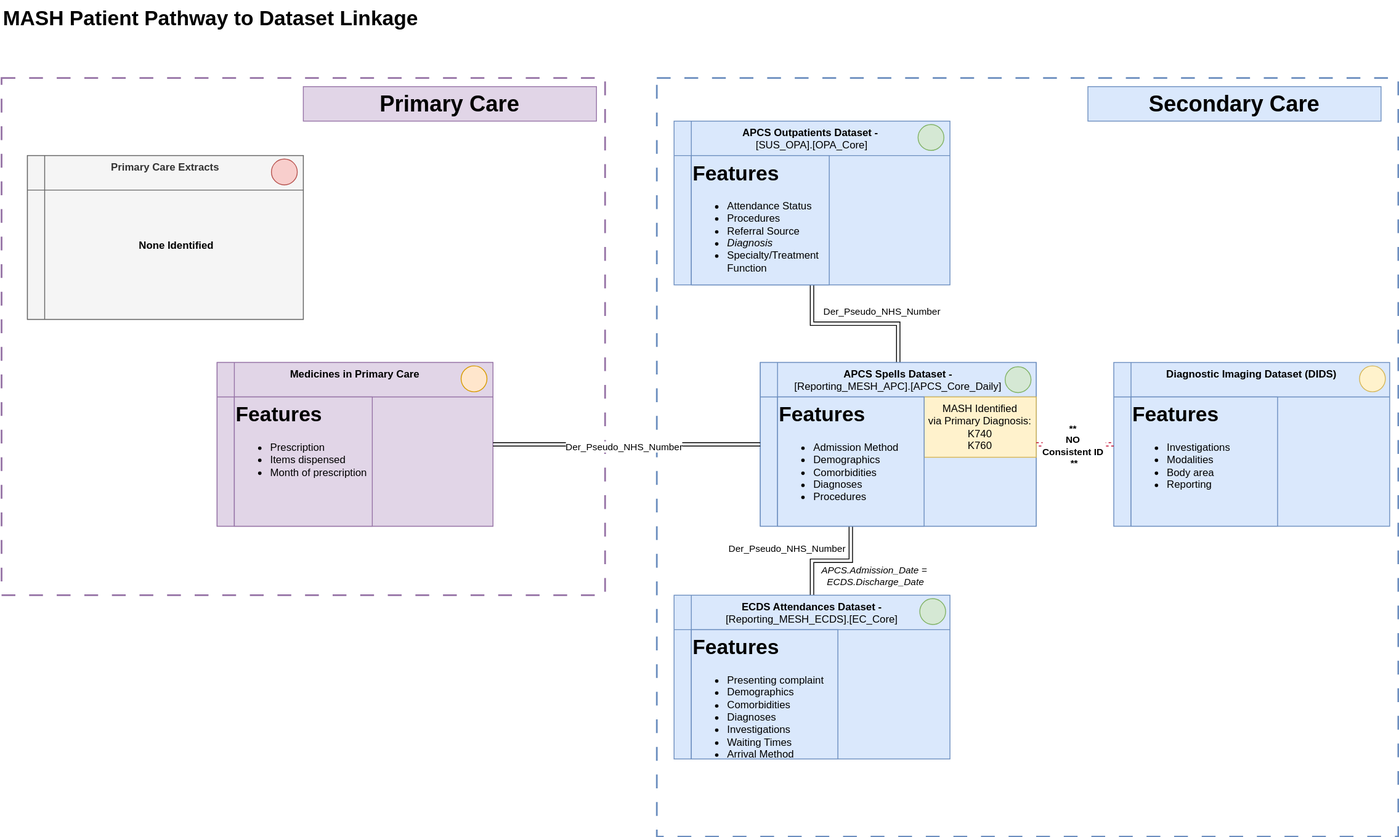
NHS-Transformation-Unit/HSDS_MASH keeps this draw.io diagram as images/dataset_pathway_linkage.drawio.svg. Above is the earlier version. Source tidied: cells renumbered, new cells last; positions are measured from the earlier drawing's top-left corner, leaving out a move shared by most shapes.
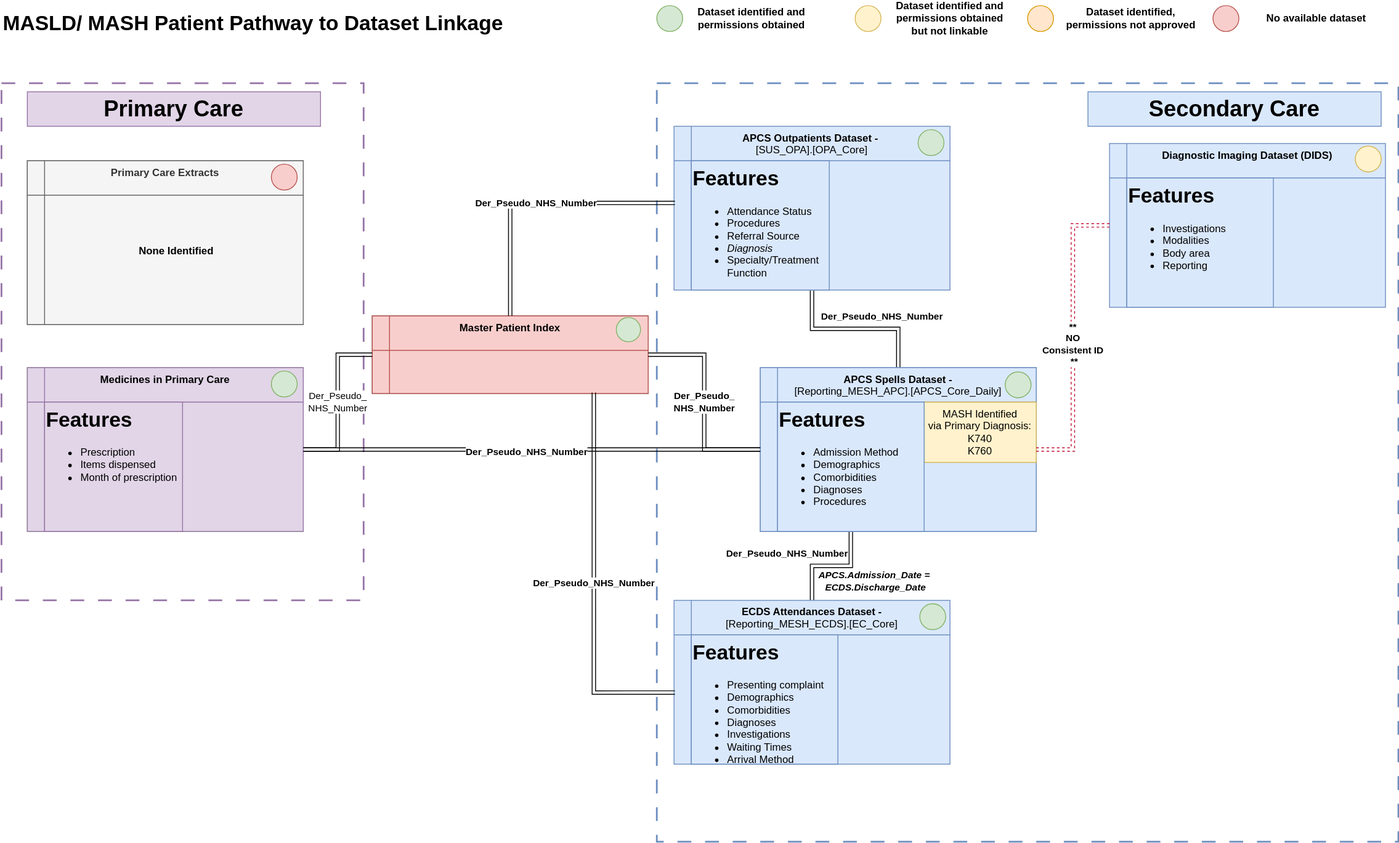
The same file after the commit.

Change to the diagram source:
```diff
@@ -3,7 +3,7 @@
     <mxCell id="0" />
     <mxCell id="1" parent="0" />
     <mxCell id="2" style="rounded=0;whiteSpace=wrap;html=1;fillColor=none;strokeColor=#9673a6;strokeWidth=2;dashed=1;dashPattern=8 8;" parent="1" vertex="1">
-      <mxGeometry y="90" width="700" height="600" as="geometry" />
+      <mxGeometry y="90" width="420" height="600" as="geometry" />
     </mxCell>
     <mxCell id="3" style="rounded=0;whiteSpace=wrap;html=1;fillColor=none;strokeColor=#6c8ebf;dashed=1;dashPattern=8 8;strokeWidth=2;perimeterSpacing=0;" parent="1" vertex="1">
       <mxGeometry x="760" y="90" width="860" height="880" as="geometry" />
@@ -11,7 +11,7 @@
     <mxCell id="4" style="edgeStyle=orthogonalEdgeStyle;rounded=0;jettySize=auto;html=1;entryX=0.5;entryY=1;entryDx=0;entryDy=0;shape=link;" parent="1" edge="1" source="23" target="18">
       <mxGeometry relative="1" as="geometry" />
     </mxCell>
-    <mxCell id="5" value="Der_Pseudo_NHS_Number" style="edgeLabel;html=1;align=center;verticalAlign=middle;" parent="4" vertex="1">
+    <mxCell id="5" value="Der_Pseudo_NHS_Number" style="edgeLabel;html=1;align=center;verticalAlign=middle;fontStyle=1;" parent="4" vertex="1">
       <mxGeometry x="0.29" y="-1" relative="1" as="geometry">
         <mxPoint x="58" y="-14" as="offset" />
       </mxGeometry>
@@ -19,18 +19,18 @@
     <mxCell id="6" style="edgeStyle=orthogonalEdgeStyle;rounded=0;jettySize=auto;html=1;entryX=0.5;entryY=0;entryDx=0;entryDy=0;shape=link;" parent="1" edge="1" source="25" target="11">
       <mxGeometry relative="1" as="geometry" />
     </mxCell>
-    <mxCell id="7" value="Der_Pseudo_NHS_Number" style="edgeLabel;html=1;align=center;verticalAlign=middle;" parent="6" vertex="1">
+    <mxCell id="7" value="Der_Pseudo_NHS_Number" style="edgeLabel;html=1;align=center;verticalAlign=middle;fontStyle=1;" parent="6" vertex="1">
       <mxGeometry x="0.39" y="1" relative="1" as="geometry">
         <mxPoint x="-31" y="-17" as="offset" />
       </mxGeometry>
     </mxCell>
-    <mxCell id="8" value="APCS.Admission_Date =&lt;div&gt;&amp;nbsp;ECDS.Discharge_Date&lt;/div&gt;" style="edgeLabel;html=1;align=center;verticalAlign=middle;fontStyle=2;" parent="1" vertex="1">
+    <mxCell id="8" value="APCS.Admission_Date =&lt;div&gt;&amp;nbsp;ECDS.Discharge_Date&lt;/div&gt;" style="edgeLabel;html=1;align=center;verticalAlign=middle;fontStyle=3;" parent="1" vertex="1">
       <mxGeometry x="1010" y="670" as="geometry">
         <mxPoint x="1" y="-3" as="offset" />
       </mxGeometry>
     </mxCell>
     <mxCell id="9" value="&lt;b&gt;Diagnostic Imaging Dataset (DIDS)&lt;/b&gt;" style="shape=internalStorage;whiteSpace=wrap;html=1;backgroundOutline=1;verticalAlign=top;dx=20;dy=40;fillColor=#dae8fc;strokeColor=#6c8ebf;" parent="1" vertex="1">
-      <mxGeometry x="1290" y="420" width="320" height="190" as="geometry" />
+      <mxGeometry x="1285" y="160" width="320" height="190" as="geometry" />
     </mxCell>
     <mxCell id="10" style="group;" parent="1" vertex="1">
       <mxGeometry x="780" y="690" width="320" height="190" as="geometry" />
@@ -45,13 +45,13 @@
       <mxGeometry x="285" y="4" width="30" height="30" as="geometry" />
     </mxCell>
     <mxCell id="14" value="&lt;h1 style=&quot;margin-top: 0px;&quot;&gt;Features&lt;/h1&gt;&lt;ul&gt;&lt;li&gt;Investigations&lt;/li&gt;&lt;li&gt;Modalities&lt;/li&gt;&lt;li&gt;Body area&lt;/li&gt;&lt;li&gt;Reporting&lt;/li&gt;&lt;/ul&gt;" style="text;html=1;whiteSpace=wrap;overflow=hidden;rounded=0;fillColor=#dae8fc;strokeColor=#6c8ebf;" parent="1" vertex="1">
-      <mxGeometry x="1310" y="460" width="170" height="150" as="geometry" />
+      <mxGeometry x="1305" y="200" width="170" height="150" as="geometry" />
     </mxCell>
     <mxCell id="15" value="Secondary Care" style="text;html=1;align=center;verticalAlign=middle;whiteSpace=wrap;rounded=0;fontSize=26;fillColor=#dae8fc;strokeColor=#6c8ebf;fontStyle=1;" parent="1" vertex="1">
       <mxGeometry x="1260" y="100" width="340" height="40" as="geometry" />
     </mxCell>
-    <mxCell id="16" value="&lt;h1 style=&quot;margin-top: 0px;&quot;&gt;MASH Patient Pathway to Dataset Linkage&lt;/h1&gt;" style="text;html=1;whiteSpace=wrap;overflow=hidden;rounded=0;" parent="1" vertex="1">
-      <mxGeometry width="550" height="40" as="geometry" />
+    <mxCell id="16" value="&lt;h1 style=&quot;margin-top: 0px;&quot;&gt;MASLD/ MASH Patient Pathway to Dataset Linkage&lt;/h1&gt;" style="text;html=1;whiteSpace=wrap;overflow=hidden;rounded=0;" parent="1" vertex="1">
+      <mxGeometry width="680" height="40" as="geometry" />
     </mxCell>
     <mxCell id="17" style="group;" parent="1" vertex="1">
       <mxGeometry x="780" y="140" width="320" height="190" as="geometry" />
@@ -65,7 +65,7 @@
     <mxCell id="20" style="ellipse;whiteSpace=wrap;html=1;fillColor=#d5e8d4;strokeColor=#82b366;" parent="17" vertex="1">
       <mxGeometry x="283" y="4" width="30" height="30" as="geometry" />
     </mxCell>
-    <mxCell id="21" style="group;" parent="1" vertex="1">
+    <mxCell id="21" style="group;fontStyle=1;" parent="1" vertex="1">
       <mxGeometry x="880" y="420" width="320" height="190" as="geometry" />
     </mxCell>
     <mxCell id="22" style="group;fillColor=#dae8fc;strokeColor=#6c8ebf;" parent="21" vertex="1">
@@ -84,7 +84,7 @@
       <mxGeometry x="284" y="5" width="30" height="30" as="geometry" />
     </mxCell>
     <mxCell id="27" style="ellipse;whiteSpace=wrap;html=1;fillColor=#fff2cc;strokeColor=#d6b656;" parent="1" vertex="1">
-      <mxGeometry x="1575" y="424" width="30" height="30" as="geometry" />
+      <mxGeometry x="1570" y="163" width="30" height="30" as="geometry" />
     </mxCell>
     <mxCell id="28" style="group;fillColor=#f5f5f5;fontColor=#333333;strokeColor=#666666;" parent="1" vertex="1">
       <mxGeometry x="30" y="180" width="320" height="190" as="geometry" />
@@ -98,13 +98,13 @@
     <mxCell id="31" value="None Identified" style="text;html=1;align=center;verticalAlign=middle;whiteSpace=wrap;rounded=0;fontStyle=1;" parent="28" vertex="1">
       <mxGeometry x="63" y="90" width="220" height="30" as="geometry" />
     </mxCell>
-    <mxCell id="32" style="group;fillColor=#e1d5e7;strokeColor=#9673a6;" parent="1" vertex="1">
-      <mxGeometry x="250" y="420" width="320" height="190" as="geometry" />
+    <mxCell id="32" style="group;fillColor=#d5e8d4;strokeColor=#82b366;" parent="1" vertex="1">
+      <mxGeometry x="30" y="420" width="320" height="190" as="geometry" />
     </mxCell>
     <mxCell id="33" value="&lt;b&gt;Medicines in Primary Care&lt;/b&gt;" style="shape=internalStorage;whiteSpace=wrap;html=1;backgroundOutline=1;verticalAlign=top;dx=20;dy=40;fillColor=#e1d5e7;strokeColor=#9673a6;" parent="32" vertex="1">
       <mxGeometry width="320" height="190" as="geometry" />
     </mxCell>
-    <mxCell id="34" style="ellipse;whiteSpace=wrap;html=1;fillColor=#ffe6cc;strokeColor=#d79b00;" parent="32" vertex="1">
+    <mxCell id="34" style="ellipse;whiteSpace=wrap;html=1;fillColor=#d5e8d4;strokeColor=#82b366;" parent="32" vertex="1">
       <mxGeometry x="283" y="4" width="30" height="30" as="geometry" />
     </mxCell>
     <mxCell id="35" value="&lt;h1 style=&quot;margin-top: 0px;&quot;&gt;Features&lt;/h1&gt;&lt;ul&gt;&lt;li&gt;Prescription&lt;/li&gt;&lt;li&gt;Items dispensed&lt;/li&gt;&lt;li&gt;Month of prescription&lt;/li&gt;&lt;/ul&gt;" style="text;html=1;whiteSpace=wrap;overflow=hidden;rounded=0;fillColor=#e1d5e7;strokeColor=#9673a6;" parent="32" vertex="1">
@@ -113,11 +113,11 @@
     <mxCell id="36" style="edgeStyle=orthogonalEdgeStyle;rounded=0;jettySize=auto;html=1;entryX=0;entryY=0.5;entryDx=0;entryDy=0;shape=link;" parent="1" edge="1" source="33" target="23">
       <mxGeometry relative="1" as="geometry" />
     </mxCell>
-    <mxCell id="37" value="Der_Pseudo_NHS_Number" style="edgeLabel;html=1;align=center;verticalAlign=middle;" parent="36" vertex="1">
+    <mxCell id="37" value="Der_Pseudo_NHS_Number" style="edgeLabel;html=1;align=center;verticalAlign=middle;fontStyle=1;" parent="36" vertex="1">
       <mxGeometry x="-0.03" y="-2" relative="1" as="geometry" />
     </mxCell>
     <mxCell id="38" value="Primary Care" style="text;html=1;align=center;verticalAlign=middle;whiteSpace=wrap;rounded=0;fontSize=26;fillColor=#e1d5e7;strokeColor=#9673a6;fontStyle=1;" parent="1" vertex="1">
-      <mxGeometry x="350" y="100" width="340" height="40" as="geometry" />
+      <mxGeometry x="30" y="100" width="340" height="40" as="geometry" />
     </mxCell>
     <mxCell id="39" style="edgeStyle=orthogonalEdgeStyle;rounded=0;jettySize=auto;html=1;entryX=0;entryY=0.5;entryDx=0;entryDy=0;shape=link;dashed=1;strokeColor=#c11033;" parent="1" edge="1" source="23" target="9">
       <mxGeometry relative="1" as="geometry" />
@@ -125,5 +125,50 @@
     <mxCell id="40" value="&lt;b&gt;**&amp;nbsp;&lt;/b&gt;&lt;div&gt;&lt;b&gt;NO&amp;nbsp;&lt;/b&gt;&lt;div&gt;&lt;b&gt;Consistent ID&amp;nbsp;&lt;/b&gt;&lt;/div&gt;&lt;div&gt;&lt;b&gt;**&lt;/b&gt;&lt;/div&gt;&lt;/div&gt;" style="edgeLabel;html=1;align=center;verticalAlign=middle;" parent="39" vertex="1">
       <mxGeometry x="-0.04" y="-1" relative="1" as="geometry" />
     </mxCell>
+    <mxCell id="41" style="group;fillColor=#f5f5f5;fontColor=#333333;strokeColor=#666666;" parent="1" vertex="1">
+      <mxGeometry x="430" y="360" width="320" height="90" as="geometry" />
+    </mxCell>
+    <mxCell id="42" value="&lt;b&gt;Master Patient Index&lt;/b&gt;" style="shape=internalStorage;whiteSpace=wrap;html=1;backgroundOutline=1;verticalAlign=top;dx=20;dy=40;fillColor=#f8cecc;strokeColor=#b85450;" parent="41" vertex="1">
+      <mxGeometry width="320" height="90" as="geometry" />
+    </mxCell>
+    <mxCell id="43" style="ellipse;whiteSpace=wrap;html=1;fillColor=#d5e8d4;strokeColor=#82b366;" parent="41" vertex="1">
+      <mxGeometry x="283" y="1.9" width="28.1" height="28.1" as="geometry" />
+    </mxCell>
+    <mxCell id="44" value="Der_Pseudo_&lt;div&gt;NHS_Number&lt;/div&gt;" style="edgeStyle=orthogonalEdgeStyle;rounded=0;jettySize=auto;html=1;entryX=0;entryY=0.5;entryDx=0;entryDy=0;shape=link;fontStyle=1;" parent="1" edge="1" source="42" target="23">
+      <mxGeometry relative="1" as="geometry" />
+    </mxCell>
+    <mxCell id="45" value="Der_Pseudo_&lt;div&gt;NHS_Number&lt;/div&gt;" style="edgeStyle=orthogonalEdgeStyle;rounded=0;jettySize=auto;html=1;entryX=1;entryY=0.5;entryDx=0;entryDy=0;shape=link;" parent="1" edge="1" source="42" target="33">
+      <mxGeometry relative="1" as="geometry" />
+    </mxCell>
+    <mxCell id="46" value="Der_Pseudo_NHS_Number" style="edgeStyle=orthogonalEdgeStyle;rounded=0;jettySize=auto;html=1;entryX=0.003;entryY=0.468;entryDx=0;entryDy=0;entryPerimeter=0;exitX=0.5;exitY=0;exitDx=0;exitDy=0;shape=link;fontStyle=1;" parent="1" edge="1" source="42" target="18">
+      <mxGeometry relative="1" as="geometry" />
+    </mxCell>
+    <mxCell id="47" value="Der_Pseudo_NHS_Number" style="edgeStyle=orthogonalEdgeStyle;rounded=0;jettySize=auto;html=1;entryX=0.003;entryY=0.563;entryDx=0;entryDy=0;entryPerimeter=0;exitX=0.803;exitY=0.989;exitDx=0;exitDy=0;exitPerimeter=0;shape=link;fontStyle=1;" parent="1" edge="1" source="42" target="11">
+      <mxGeometry relative="1" as="geometry" />
+    </mxCell>
+    <mxCell id="48" style="ellipse;whiteSpace=wrap;html=1;fillColor=#d5e8d4;strokeColor=#82b366;" parent="1" vertex="1">
+      <mxGeometry x="760" width="30" height="30" as="geometry" />
+    </mxCell>
+    <mxCell id="49" value="Dataset identified and permissions obtained" style="text;html=1;align=center;verticalAlign=middle;whiteSpace=wrap;rounded=0;fontStyle=1;" parent="1" vertex="1">
+      <mxGeometry x="800" width="140" height="30" as="geometry" />
+    </mxCell>
+    <mxCell id="50" style="ellipse;whiteSpace=wrap;html=1;fillColor=#fff2cc;strokeColor=#d6b656;" parent="1" vertex="1">
+      <mxGeometry x="990" width="30" height="30" as="geometry" />
+    </mxCell>
+    <mxCell id="51" value="Dataset identified and permissions obtained but not linkable" style="text;html=1;align=center;verticalAlign=middle;whiteSpace=wrap;rounded=0;fontStyle=1;" parent="1" vertex="1">
+      <mxGeometry x="1030" width="140" height="30" as="geometry" />
+    </mxCell>
+    <mxCell id="52" style="ellipse;whiteSpace=wrap;html=1;fillColor=#ffe6cc;strokeColor=#d79b00;" parent="1" vertex="1">
+      <mxGeometry x="1190" width="30" height="30" as="geometry" />
+    </mxCell>
+    <mxCell id="53" value="Dataset identified, permissions not approved" style="text;html=1;align=center;verticalAlign=middle;whiteSpace=wrap;rounded=0;fontStyle=1;" parent="1" vertex="1">
+      <mxGeometry x="1230" width="160" height="30" as="geometry" />
+    </mxCell>
+    <mxCell id="54" style="ellipse;whiteSpace=wrap;html=1;fillColor=#f8cecc;strokeColor=#b85450;" parent="1" vertex="1">
+      <mxGeometry x="1405" width="30" height="30" as="geometry" />
+    </mxCell>
+    <mxCell id="55" value="No available dataset" style="text;html=1;align=center;verticalAlign=middle;whiteSpace=wrap;rounded=0;fontStyle=1;" parent="1" vertex="1">
+      <mxGeometry x="1445" width="160" height="30" as="geometry" />
+    </mxCell>
   </root>
 </mxGraphModel>
```
